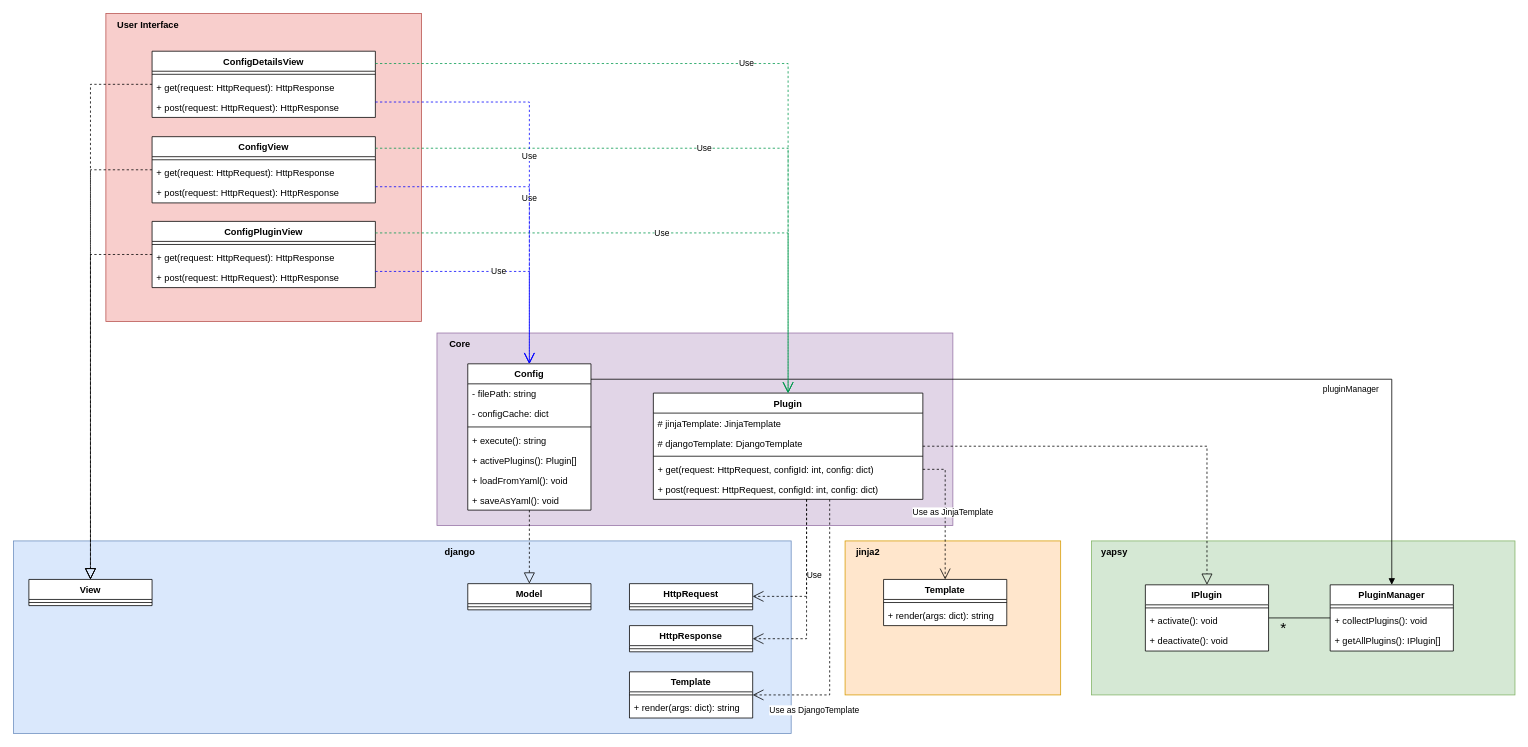
This is page "Core Class diagram" (2 of 3) of DrawIO/Untitled Diagram.drawio from wouterdebruijn/general, a draw.io file, before an edit. Source tidied: cells renumbered, new cells numbered last; positions are measured from the earlier drawing's top-left corner, leaving out a move shared by most shapes. Both pictures are drawn from the tidied source at 77%, with x=0, y=0 at pixel (13, 13).
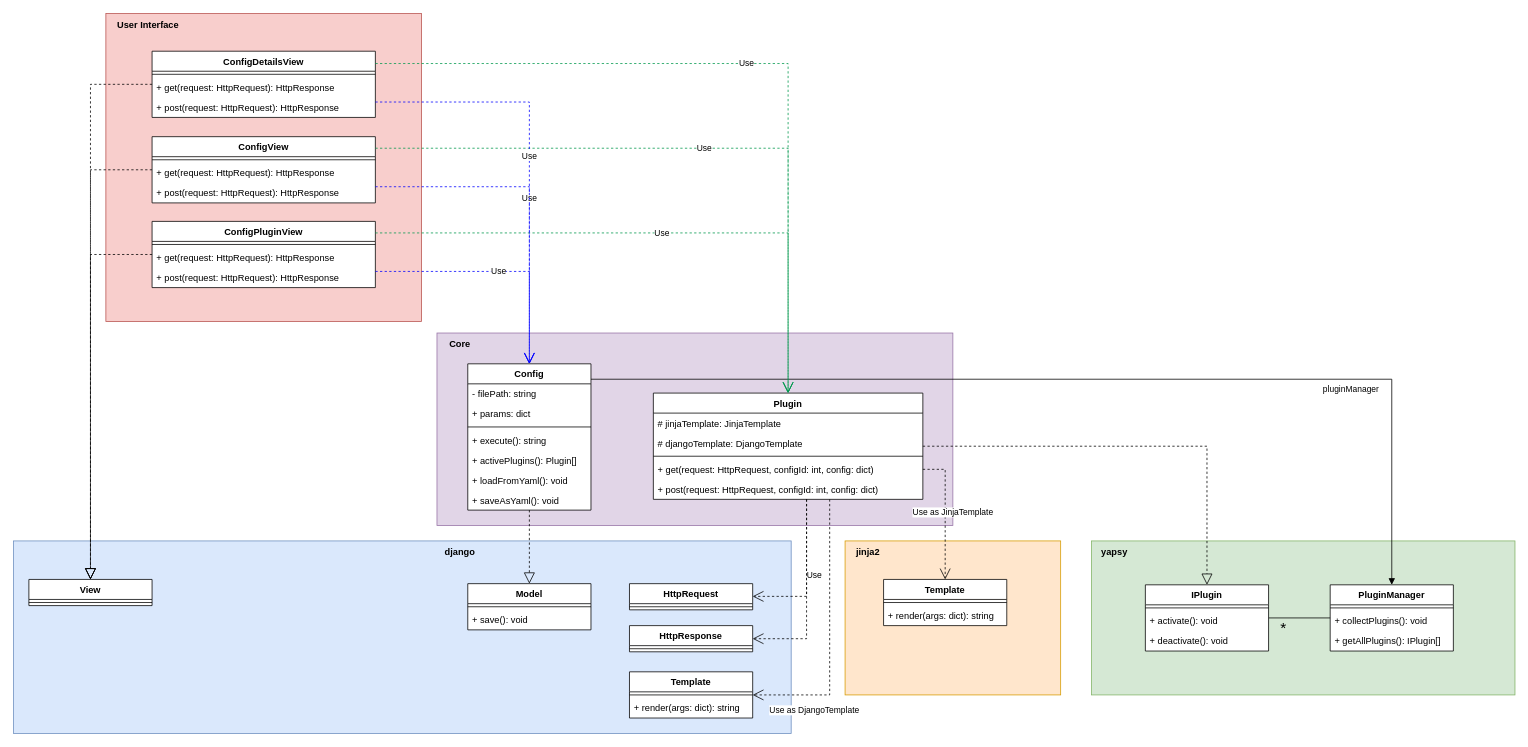
Above is the later version.

Commit message:
:sparkles: Added creation and selection sequences

The change refers to these unchanged cells:
```xml
<mxCell id="11" value="Config" style="swimlane;fontStyle=1;align=center;verticalAlign=top;horizontal=1;startSize=26;swimlaneFillColor=default;" parent="1" vertex="1">
  <mxGeometry x="590" y="455" width="160" height="190" as="geometry" />
</mxCell>
```

Diff of the diagram source:
```diff
@@
-    <mxCell id="13" value="- configCache: dict" style="text;strokeColor=none;fillColor=none;align=left;verticalAlign=top;spacingLeft=4;spacingRight=4;overflow=hidden;" parent="11" vertex="1">
+    <mxCell id="13" value="+ params: dict" style="text;strokeColor=none;fillColor=none;align=left;verticalAlign=top;spacingLeft=4;spacingRight=4;overflow=hidden;" parent="11" vertex="1">
       <mxGeometry y="52" width="160" height="26" as="geometry" />
     </mxCell>
@@
     <mxCell id="44" value="Model" style="swimlane;fontStyle=1;align=center;verticalAlign=top;horizontal=1;startSize=26;swimlaneFillColor=default;" parent="1" vertex="1">
-      <mxGeometry x="590" y="740.5" width="160" height="34" as="geometry" />
+      <mxGeometry x="590" y="740.5" width="160" height="60" as="geometry" />
     </mxCell>
@@
+    <mxCell id="78" value="+ save(): void" style="text;strokeColor=none;fillColor=none;align=left;verticalAlign=top;spacingLeft=4;spacingRight=4;overflow=hidden;" parent="44" vertex="1">
+      <mxGeometry y="34" width="160" height="26" as="geometry" />
+    </mxCell>
```
